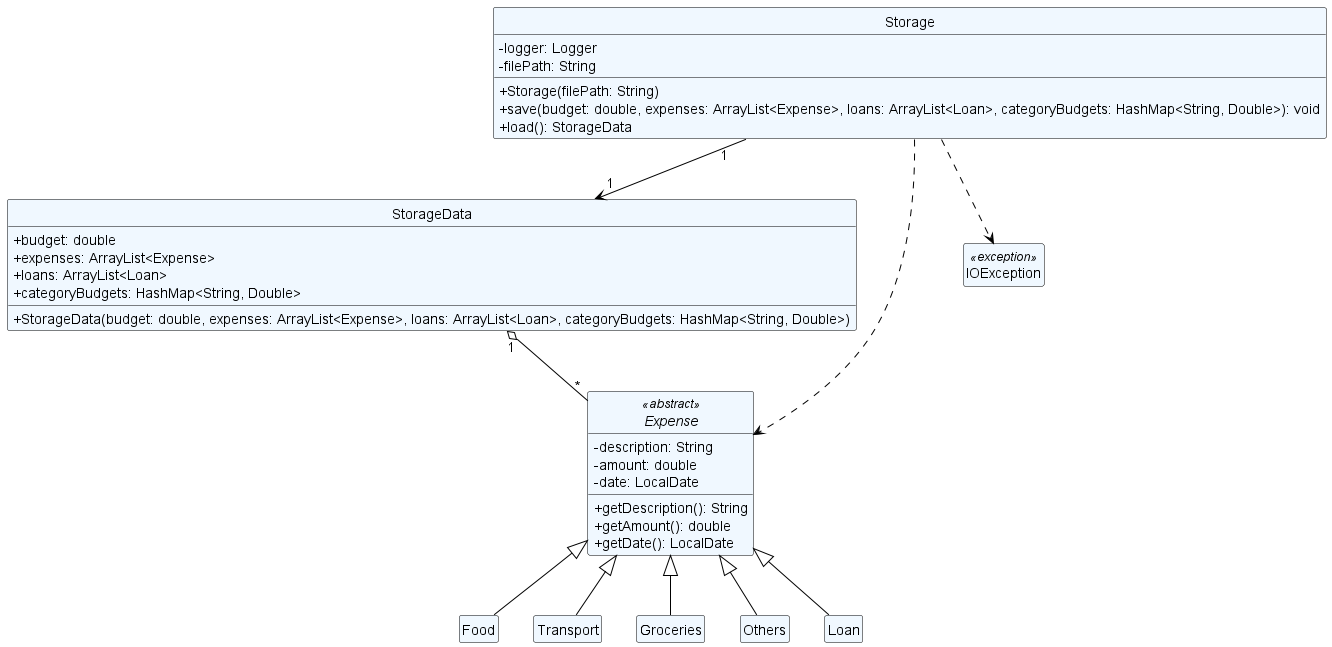
Before: docs/Diagrams/Storage.png, a diagram exported from PlantUML (b0wen120/tp). Source of this version:
```plantuml
@startuml
skinparam classAttributeIconSize 0
hide circle
hide empty members

skinparam class {
    BackgroundColor AliceBlue
    ArrowColor Black
    BorderColor Black
}

    class Storage {
        - logger: Logger
        - filePath: String
        + Storage(filePath: String)
        + save(budget: double, expenses: ArrayList<Expense>, loans: ArrayList<Loan>, categoryBudgets: HashMap<String, Double>): void
        + load(): StorageData
    }

    class StorageData {
        + budget: double
        + expenses: ArrayList<Expense>
        + loans: ArrayList<Loan>
        + categoryBudgets: HashMap<String, Double>
        + StorageData(budget: double, expenses: ArrayList<Expense>, loans: ArrayList<Loan>, categoryBudgets: HashMap<String, Double>)
    }



    abstract class Expense <<abstract>> {
        - description: String
        - amount: double
        - date: LocalDate
        + getDescription(): String
        + getAmount(): double
        + getDate(): LocalDate
    }
    class Food extends Expense
    class Transport extends Expense
    class Groceries extends Expense
    class Others extends Expense
    class Loan extends Expense

    class IOException <<exception>>




Storage "1" --> "1" StorageData
Storage ..> Expense
Storage ..> IOException
StorageData "1" o-- "*" Expense


@enduml
```
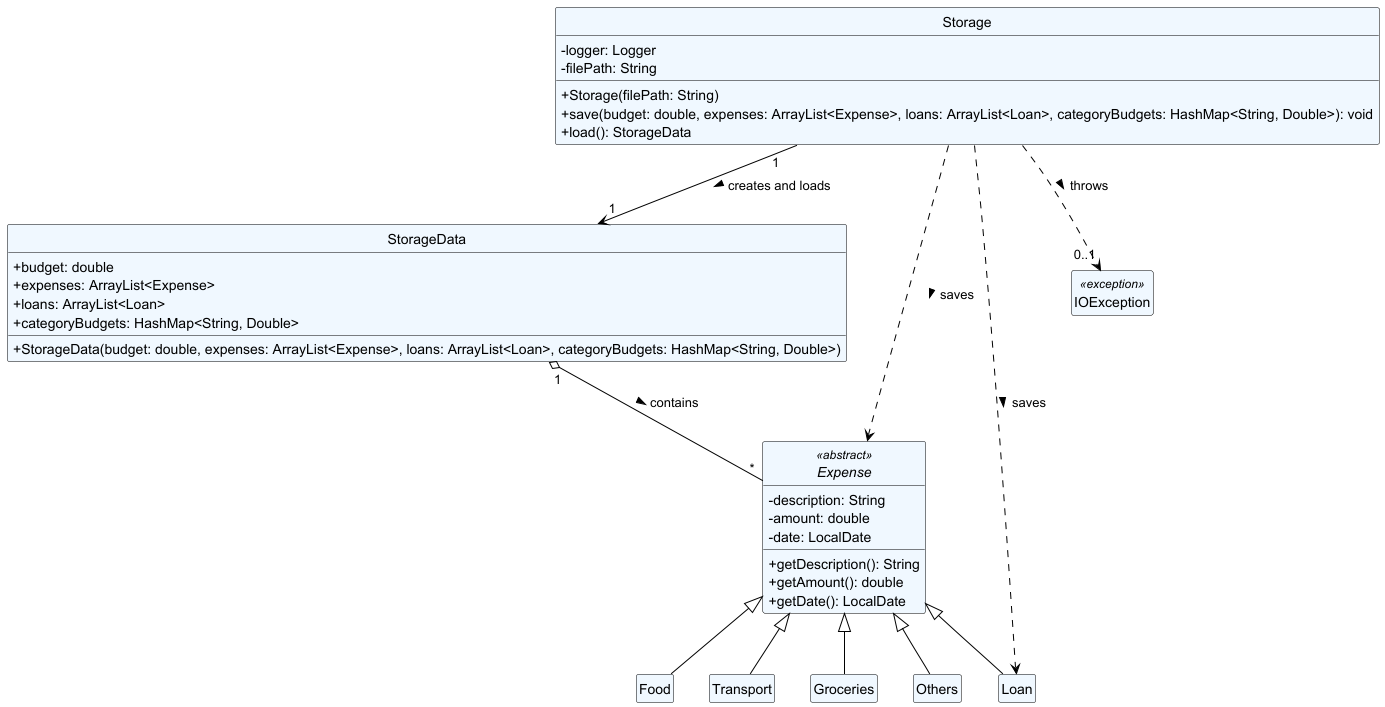
Later version of the same file.

Diff of the diagram source:
```diff
@@ -46,10 +46,11 @@
 
 
 
-Storage "1" --> "1" StorageData
-Storage ..> Expense
-Storage ..> IOException
-StorageData "1" o-- "*" Expense
+Storage "1" --> "1" StorageData:  > creates and loads
+Storage ..> Expense: > saves
+Storage ..> "0..1" IOException: > throws
+StorageData "1" o-- "*" Expense: > contains
+Storage ..> Loan : > saves
 
 
 @enduml
```
